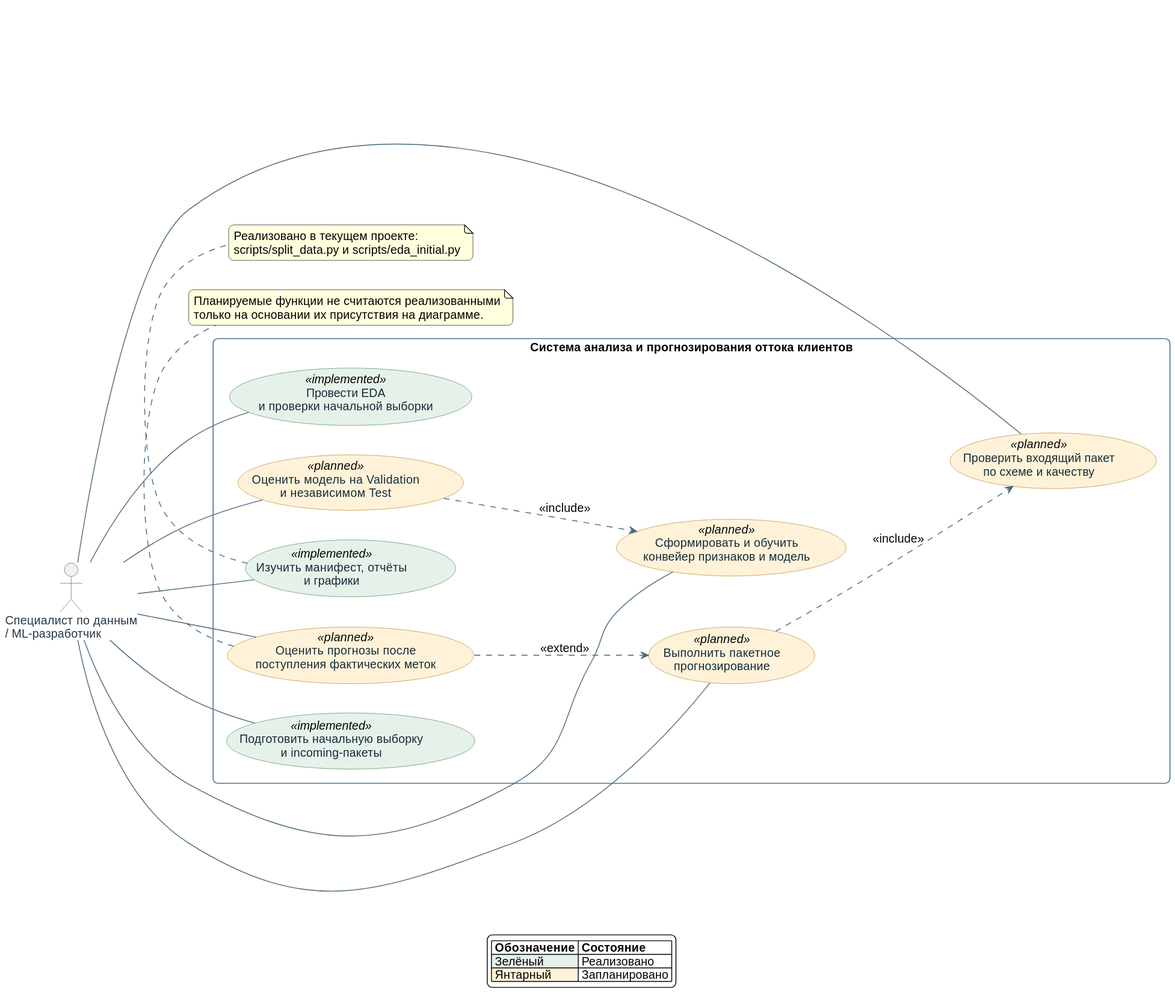
Lofold/telco-customer-churn-ml keeps this PlantUML diagram as diagrams/svg/use_case.svg. Above is the earlier version. The source it was exported from:
```plantuml
@startuml
left to right direction
skinparam backgroundColor #FFFFFF
skinparam shadowing false
skinparam roundcorner 12
skinparam defaultFontName Arial
skinparam defaultFontSize 14
skinparam ArrowColor #496779
skinparam ActorBorderColor #526579
skinparam ActorFontColor #263746
skinparam UsecaseBorderColor #315A7D
skinparam UsecaseFontColor #172B3A
skinparam packageBorderColor #315A7D
skinparam packageFontColor #17324D
skinparam usecase {
  BackgroundColor<<implemented>> #E6F2E9
  BorderColor<<implemented>> #4C8A5B
  BackgroundColor<<planned>> #FFF2D8
  BorderColor<<planned>> #B8892E
}

actor "Специалист по данным\n/ ML-разработчик" as Analyst

rectangle "Система анализа и прогнозирования оттока клиентов" {
  usecase "Подготовить начальную выборку\nи incoming-пакеты" as UC_Split <<implemented>>
  usecase "Провести EDA\nи проверки начальной выборки" as UC_EDA <<implemented>>
  usecase "Изучить манифест, отчёты\nи графики" as UC_Reports <<implemented>>

  usecase "Проверить входящий пакет\nпо схеме и качеству" as UC_Validate <<planned>>
  usecase "Сформировать и обучить\nконвейер признаков и модель" as UC_Train <<planned>>
  usecase "Оценить модель на Validation\nи независимом Test" as UC_Evaluate <<planned>>
  usecase "Выполнить пакетное\nпрогнозирование" as UC_Predict <<planned>>
  usecase "Оценить прогнозы после\nпоступления фактических меток" as UC_Delayed <<planned>>
}

Analyst -- UC_Split
Analyst -- UC_EDA
Analyst -- UC_Reports
Analyst -- UC_Validate
Analyst -- UC_Train
Analyst -- UC_Evaluate
Analyst -- UC_Predict
Analyst -- UC_Delayed

UC_Predict ..> UC_Validate : <<include>>
UC_Evaluate ..> UC_Train : <<include>>
UC_Delayed ..> UC_Predict : <<extend>>

note bottom of UC_Reports
  Реализовано в текущем проекте:
  scripts/split_data.py и scripts/eda_initial.py
end note

note bottom of UC_Delayed
  Планируемые функции не считаются реализованными
  только на основании их присутствия на диаграмме.
end note

legend bottom
  |= Обозначение |= Состояние |
  |<#E6F2E9> Зелёный | Реализовано |
  |<#FFF2D8> Янтарный | Запланировано |
endlegend
@enduml
```
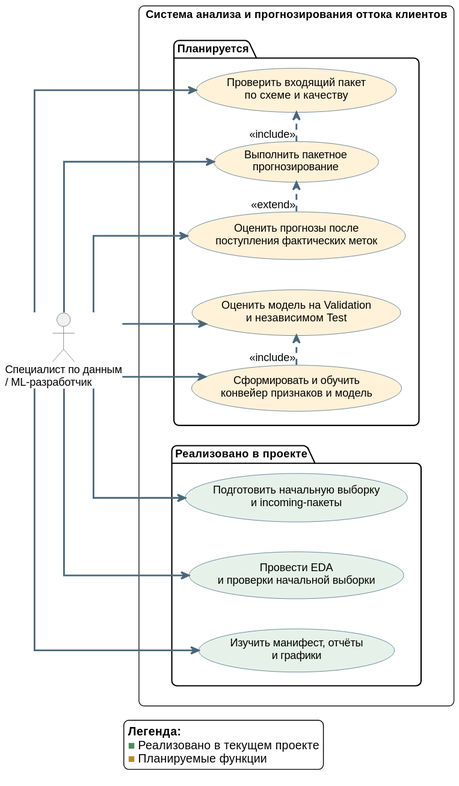
The same file after the commit.

What changed in the source:
```diff
@@ -1,64 +1,49 @@
 @startuml
 left to right direction
+skinparam linetype ortho
 skinparam backgroundColor #FFFFFF
 skinparam shadowing false
 skinparam roundcorner 12
 skinparam defaultFontName Arial
-skinparam defaultFontSize 14
+skinparam defaultFontSize 13
 skinparam ArrowColor #496779
+skinparam ArrowThickness 2
 skinparam ActorBorderColor #526579
-skinparam ActorFontColor #263746
 skinparam UsecaseBorderColor #315A7D
-skinparam UsecaseFontColor #172B3A
-skinparam packageBorderColor #315A7D
-skinparam packageFontColor #17324D
-skinparam usecase {
-  BackgroundColor<<implemented>> #E6F2E9
-  BorderColor<<implemented>> #4C8A5B
-  BackgroundColor<<planned>> #FFF2D8
-  BorderColor<<planned>> #B8892E
-}
 
 actor "Специалист по данным\n/ ML-разработчик" as Analyst
 
 rectangle "Система анализа и прогнозирования оттока клиентов" {
-  usecase "Подготовить начальную выборку\nи incoming-пакеты" as UC_Split <<implemented>>
-  usecase "Провести EDA\nи проверки начальной выборки" as UC_EDA <<implemented>>
-  usecase "Изучить манифест, отчёты\nи графики" as UC_Reports <<implemented>>
-
-  usecase "Проверить входящий пакет\nпо схеме и качеству" as UC_Validate <<planned>>
-  usecase "Сформировать и обучить\nконвейер признаков и модель" as UC_Train <<planned>>
-  usecase "Оценить модель на Validation\nи независимом Test" as UC_Evaluate <<planned>>
-  usecase "Выполнить пакетное\nпрогнозирование" as UC_Predict <<planned>>
-  usecase "Оценить прогнозы после\nпоступления фактических меток" as UC_Delayed <<planned>>
+  package "Планируется" {
+    usecase "Оценить прогнозы после\nпоступления фактических меток" as UC_Delayed #FFF2D8
+    usecase "Выполнить пакетное\nпрогнозирование" as UC_Predict #FFF2D8
+    usecase "Проверить входящий пакет\nпо схеме и качеству" as UC_Validate #FFF2D8
+    usecase "Оценить модель на Validation\nи независимом Test" as UC_Evaluate #FFF2D8
+    usecase "Сформировать и обучить\nконвейер признаков и модель" as UC_Train #FFF2D8
+  }
+  package "Реализовано в проекте" {
+    usecase "Подготовить начальную выборку\nи incoming-пакеты" as UC_Split #E6F2E9
+    usecase "Провести EDA\nи проверки начальной выборки" as UC_EDA #E6F2E9
+    usecase "Изучить манифест, отчёты\nи графики" as UC_Reports #E6F2E9
+  }
 }
 
-Analyst -- UC_Split
-Analyst -- UC_EDA
-Analyst -- UC_Reports
-Analyst -- UC_Validate
-Analyst -- UC_Train
-Analyst -- UC_Evaluate
-Analyst -- UC_Predict
-Analyst -- UC_Delayed
+Analyst --> UC_Delayed
+Analyst --> UC_Predict
+Analyst --> UC_Validate
+Analyst --> UC_Evaluate
+Analyst --> UC_Train
+Analyst --> UC_Split
+Analyst --> UC_EDA
+Analyst --> UC_Reports
 
-UC_Predict ..> UC_Validate : <<include>>
-UC_Evaluate ..> UC_Train : <<include>>
-UC_Delayed ..> UC_Predict : <<extend>>
-
-note bottom of UC_Reports
-  Реализовано в текущем проекте:
-  scripts/split_data.py и scripts/eda_initial.py
-end note
-
-note bottom of UC_Delayed
-  Планируемые функции не считаются реализованными
-  только на основании их присутствия на диаграмме.
-end note
+UC_Delayed .> UC_Predict : <<extend>>
+UC_Predict .> UC_Validate : <<include>>
+UC_Train .> UC_Evaluate : <<include>>
 
 legend bottom
-  |= Обозначение |= Состояние |
-  |<#E6F2E9> Зелёный | Реализовано |
-  |<#FFF2D8> Янтарный | Запланировано |
+  <b>Легенда:</b>
+  <color:#4C8A5B>■</color> Реализовано в текущем проекте
+  <color:#B8892E>■</color> Планируемые функции
 endlegend
 @enduml
```
